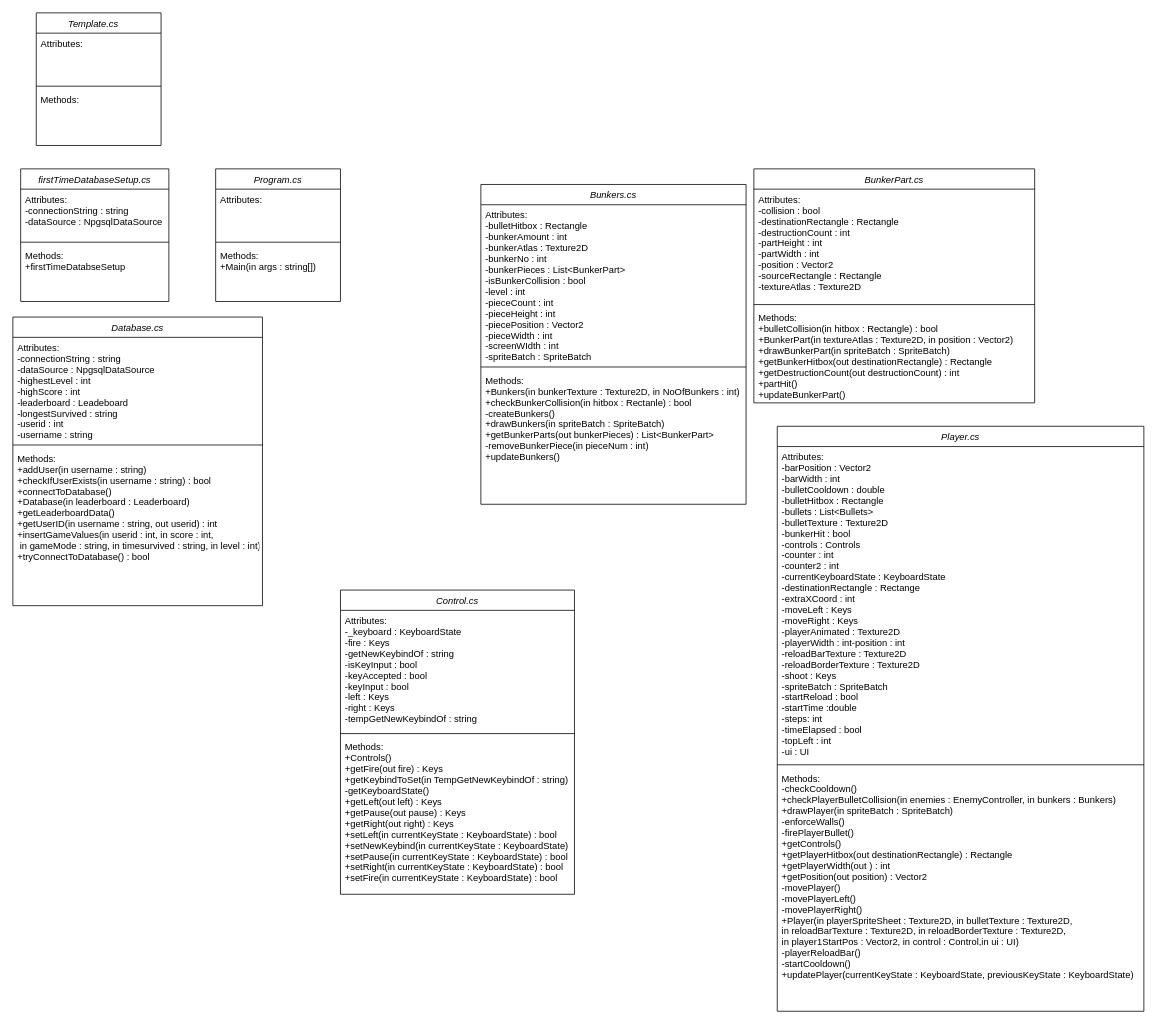
Above: Diagrams/ClassDiagramFinal.drawio in Ferogreywolf7/Alien-Attack (draw.io), before the change. Source tidied: cells renumbered, new cells numbered last; positions are measured from the earlier drawing's top-left corner, leaving out a move shared by most shapes. Both pictures are drawn from the tidied source at 78%, with x=0, y=0 at pixel (12, 12).
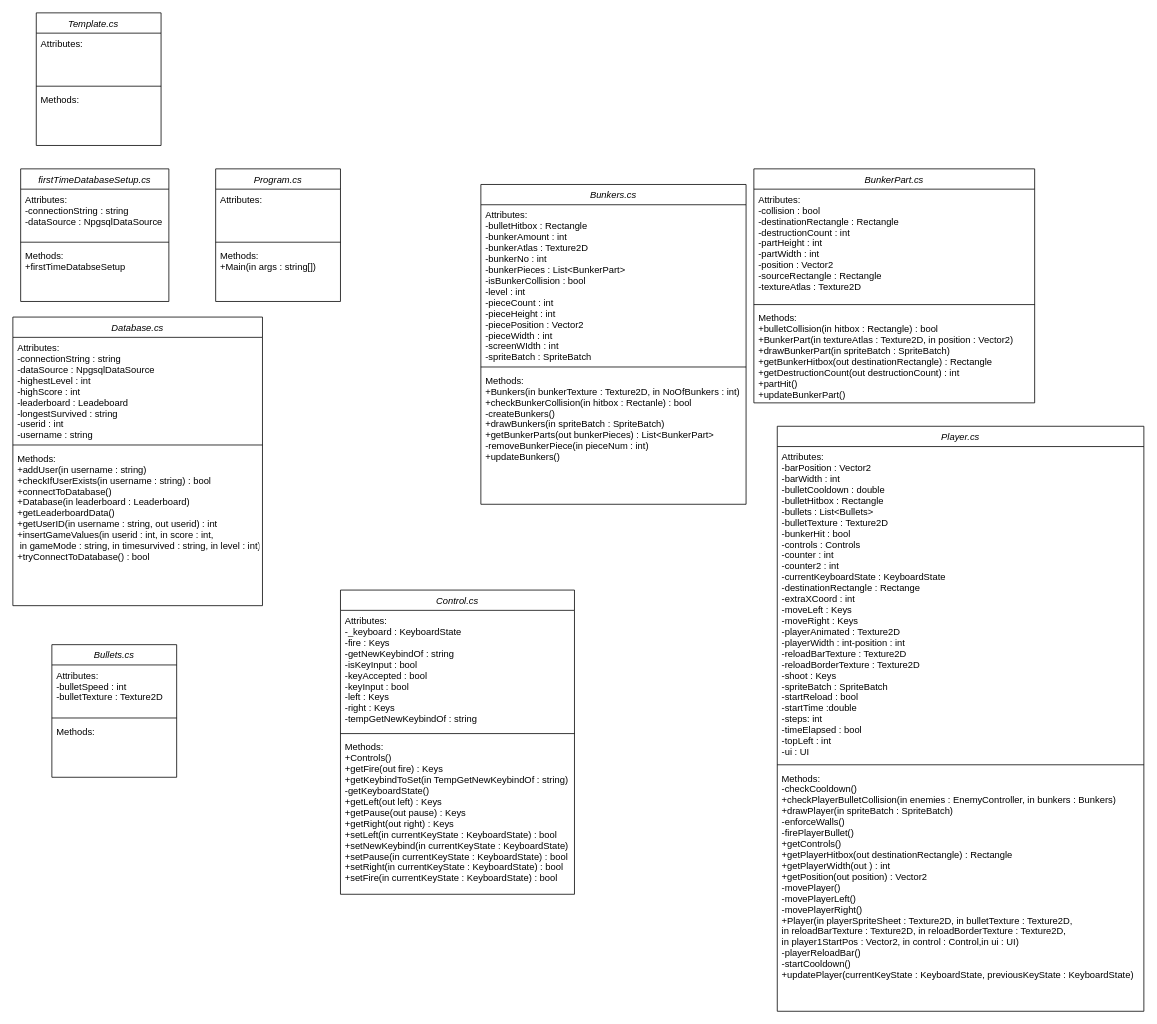
After the change.

What changed in the source:
```diff
@@
+    <mxCell id="34" value="Bullets.cs" style="swimlane;fontStyle=2;align=center;verticalAlign=top;horizontal=1;startSize=26;rounded=0;shadow=0;strokeWidth=1;" parent="1" vertex="1">
+      <mxGeometry x="50" y="810" width="160" height="170" as="geometry" />
+    </mxCell>
+    <mxCell id="35" value="Attributes:&#10;-bulletSpeed : int&#10;-bulletTexture : Texture2D" style="text;align=left;verticalAlign=top;spacingLeft=4;spacingRight=4;overflow=hidden;" parent="34" vertex="1">
+      <mxGeometry y="26" width="160" height="64" as="geometry" />
+    </mxCell>
+    <mxCell id="36" style="line;html=1;strokeWidth=1;align=left;verticalAlign=middle;spacingTop=-1;spacingLeft=3;spacingRight=3;labelPosition=right;" parent="34" vertex="1">
+      <mxGeometry y="90" width="160" height="8" as="geometry" />
+    </mxCell>
+    <mxCell id="37" value="Methods:" style="text;align=left;verticalAlign=top;spacingLeft=4;spacingRight=4;overflow=hidden;" parent="34" vertex="1">
+      <mxGeometry y="98" width="160" height="58" as="geometry" />
+    </mxCell>
```
